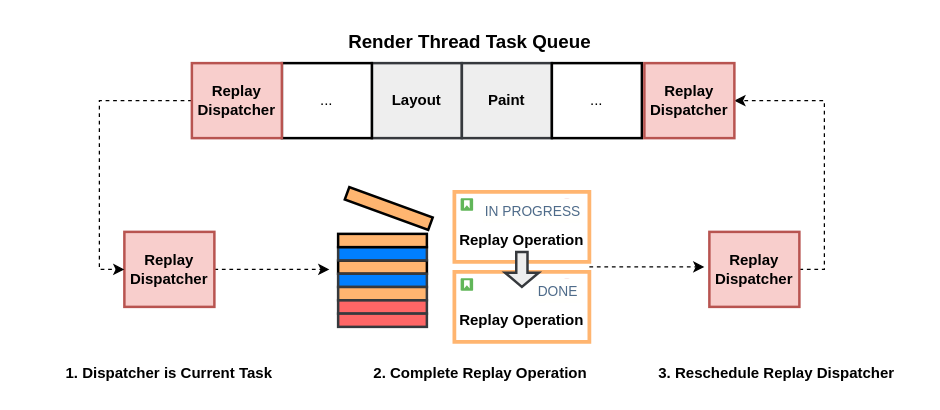
This is page "replay-dispatcher" (3 of 6) of replay-diagrams.drawio from jallen89/jscapsule-figures, a draw.io file, before an edit. Source tidied: cells renumbered, new cells numbered last; positions are measured from the earlier drawing's top-left corner, leaving out a move shared by most shapes. Both pictures are drawn from the tidied source at 125%, with x=0, y=0 at pixel (21, 21).
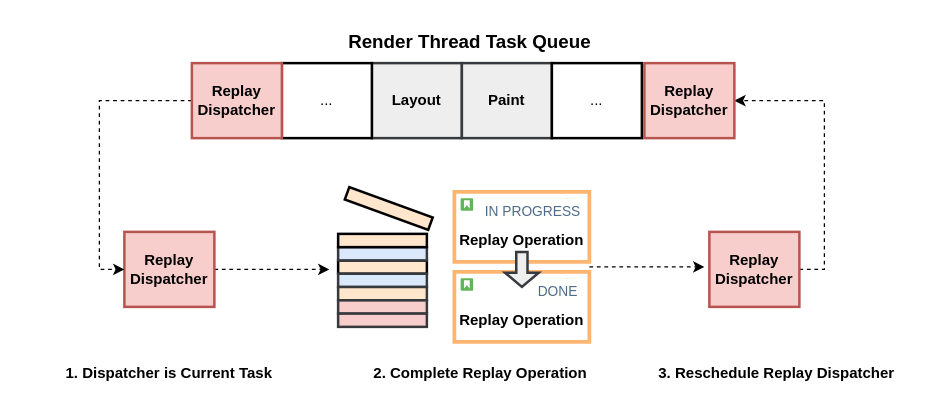
After the change.

Unchanged cells that the change refers to:
```xml
<mxCell id="8" style="group;" parent="1" vertex="1">
  <mxGeometry x="253" y="159" width="71" height="85" as="geometry" />
</mxCell>
```

Diff of the diagram source:
```diff
@@
-    <mxCell id="9" style="rounded=0;whiteSpace=wrap;html=1;fillColor=#FFB570;strokeColor=#000000;strokeWidth=2;" parent="8" vertex="1">
+    <mxCell id="9" style="rounded=0;whiteSpace=wrap;html=1;fillColor=#FFE6CC;strokeColor=#000000;strokeWidth=2;" parent="8" vertex="1">
       <mxGeometry y="31.9" width="71" height="10.6" as="geometry" />
     </mxCell>
-    <mxCell id="10" value="&lt;b&gt;&lt;br&gt;&lt;/b&gt;" style="rounded=0;whiteSpace=wrap;html=1;fillColor=#007FFF;strokeColor=#36393d;strokeWidth=2;" parent="8" vertex="1">
+    <mxCell id="10" value="&lt;b&gt;&lt;br&gt;&lt;/b&gt;" style="rounded=0;whiteSpace=wrap;html=1;fillColor=#DAE8FC;strokeColor=#36393d;strokeWidth=2;" parent="8" vertex="1">
       <mxGeometry y="42.5" width="71" height="10.6" as="geometry" />
     </mxCell>
-    <mxCell id="11" style="rounded=0;whiteSpace=wrap;html=1;fillColor=#FFB570;strokeColor=#36393d;strokeWidth=2;" parent="8" vertex="1">
+    <mxCell id="11" style="rounded=0;whiteSpace=wrap;html=1;fillColor=#FFE6CC;strokeColor=#36393d;strokeWidth=2;" parent="8" vertex="1">
       <mxGeometry y="53.1" width="71" height="10.6" as="geometry" />
     </mxCell>
-    <mxCell id="12" value="&lt;b&gt;&lt;br&gt;&lt;/b&gt;" style="rounded=0;whiteSpace=wrap;html=1;fillColor=#FF6666;strokeColor=#36393d;strokeWidth=2;" parent="8" vertex="1">
+    <mxCell id="12" value="&lt;b&gt;&lt;br&gt;&lt;/b&gt;" style="rounded=0;whiteSpace=wrap;html=1;fillColor=#F8CECC;strokeColor=#36393d;strokeWidth=2;" parent="8" vertex="1">
       <mxGeometry y="63.8" width="71" height="10.6" as="geometry" />
     </mxCell>
-    <mxCell id="13" value="&lt;b&gt;&lt;br&gt;&lt;/b&gt;" style="rounded=0;whiteSpace=wrap;html=1;fillColor=#FF6666;strokeColor=#36393d;gradientColor=none;strokeWidth=2;" parent="8" vertex="1">
+    <mxCell id="13" value="&lt;b&gt;&lt;br&gt;&lt;/b&gt;" style="rounded=0;whiteSpace=wrap;html=1;fillColor=#F8CECC;strokeColor=#36393d;gradientColor=none;strokeWidth=2;" parent="8" vertex="1">
       <mxGeometry y="74.4" width="71" height="10.6" as="geometry" />
     </mxCell>
-    <mxCell id="14" value="&lt;b&gt;&lt;br&gt;&lt;/b&gt;" style="rounded=0;whiteSpace=wrap;html=1;fillColor=#007FFF;strokeColor=#36393d;strokeWidth=2;" parent="8" vertex="1">
+    <mxCell id="14" value="&lt;b&gt;&lt;br&gt;&lt;/b&gt;" style="rounded=0;whiteSpace=wrap;html=1;fillColor=#DAE8FC;strokeColor=#36393d;strokeWidth=2;" parent="8" vertex="1">
       <mxGeometry y="21.2" width="71" height="10.6" as="geometry" />
     </mxCell>
-    <mxCell id="15" style="rounded=0;whiteSpace=wrap;html=1;fillColor=#FFB570;strokeColor=#000000;strokeWidth=2;" parent="8" vertex="1">
+    <mxCell id="15" style="rounded=0;whiteSpace=wrap;html=1;fillColor=#FFE6CC;strokeColor=#000000;strokeWidth=2;" parent="8" vertex="1">
       <mxGeometry y="10.6" width="71" height="10.6" as="geometry" />
     </mxCell>
-    <mxCell id="16" style="rounded=0;whiteSpace=wrap;html=1;fillColor=#FFB570;strokeColor=#000000;strokeWidth=2;rotation=20;" parent="1" vertex="1">
+    <mxCell id="16" style="rounded=0;whiteSpace=wrap;html=1;fillColor=#FFE6CC;strokeColor=#000000;strokeWidth=2;rotation=20;" parent="1" vertex="1">
       <mxGeometry x="258" y="144" width="71" height="10.6" as="geometry" />
     </mxCell>
```
